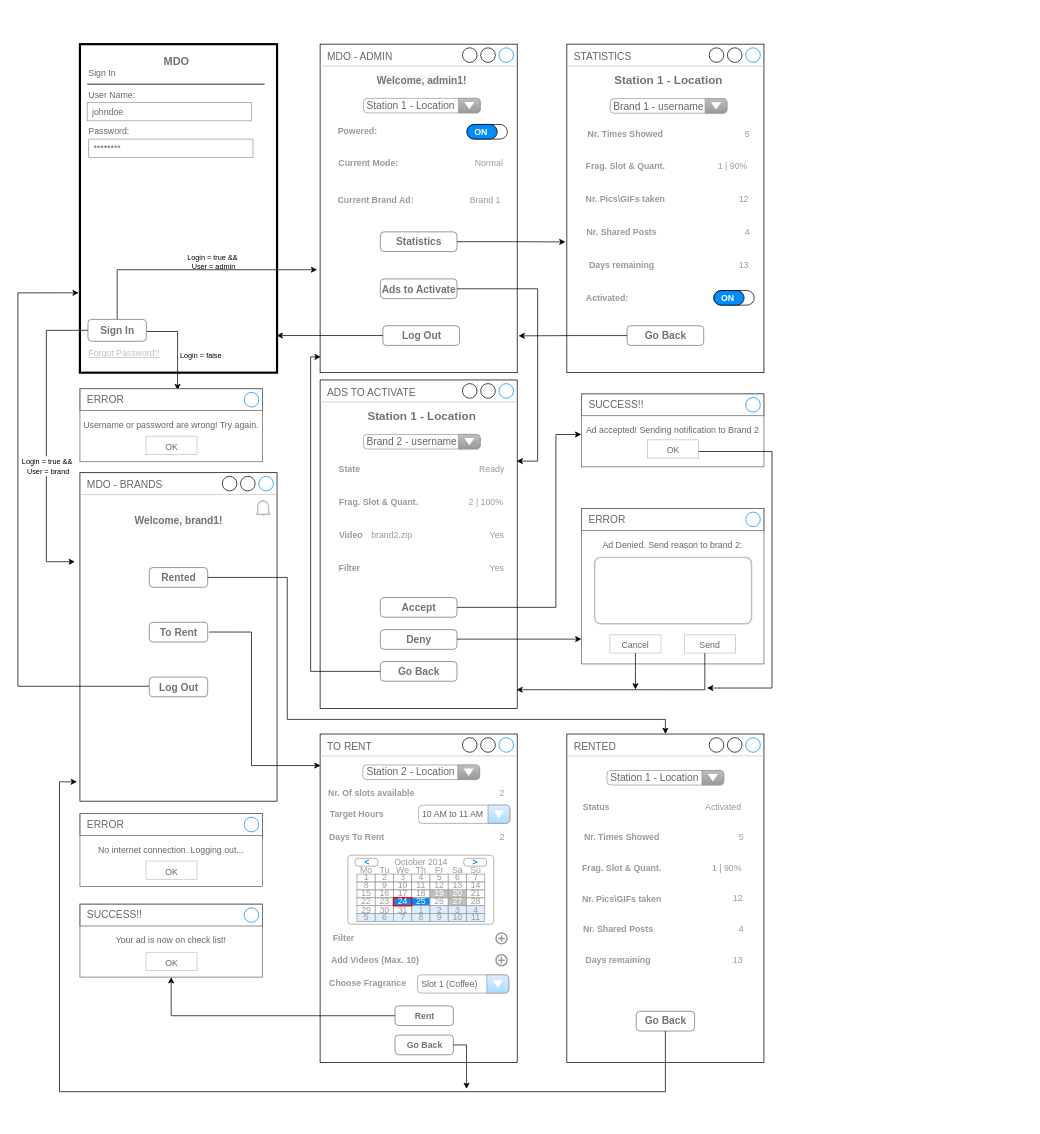
Above: page "UserMockups-rc" (2 of 5) of Proj/diags/MDO-Analysis.drawio in ElectroQuanta/MDO (draw.io), before the change. Source tidied: cells renumbered, new cells numbered last; positions are measured from the earlier drawing's top-left corner, leaving out a move shared by most shapes. Both pictures are drawn from the tidied source at 73%, with x=0, y=0 at pixel (18, 44).
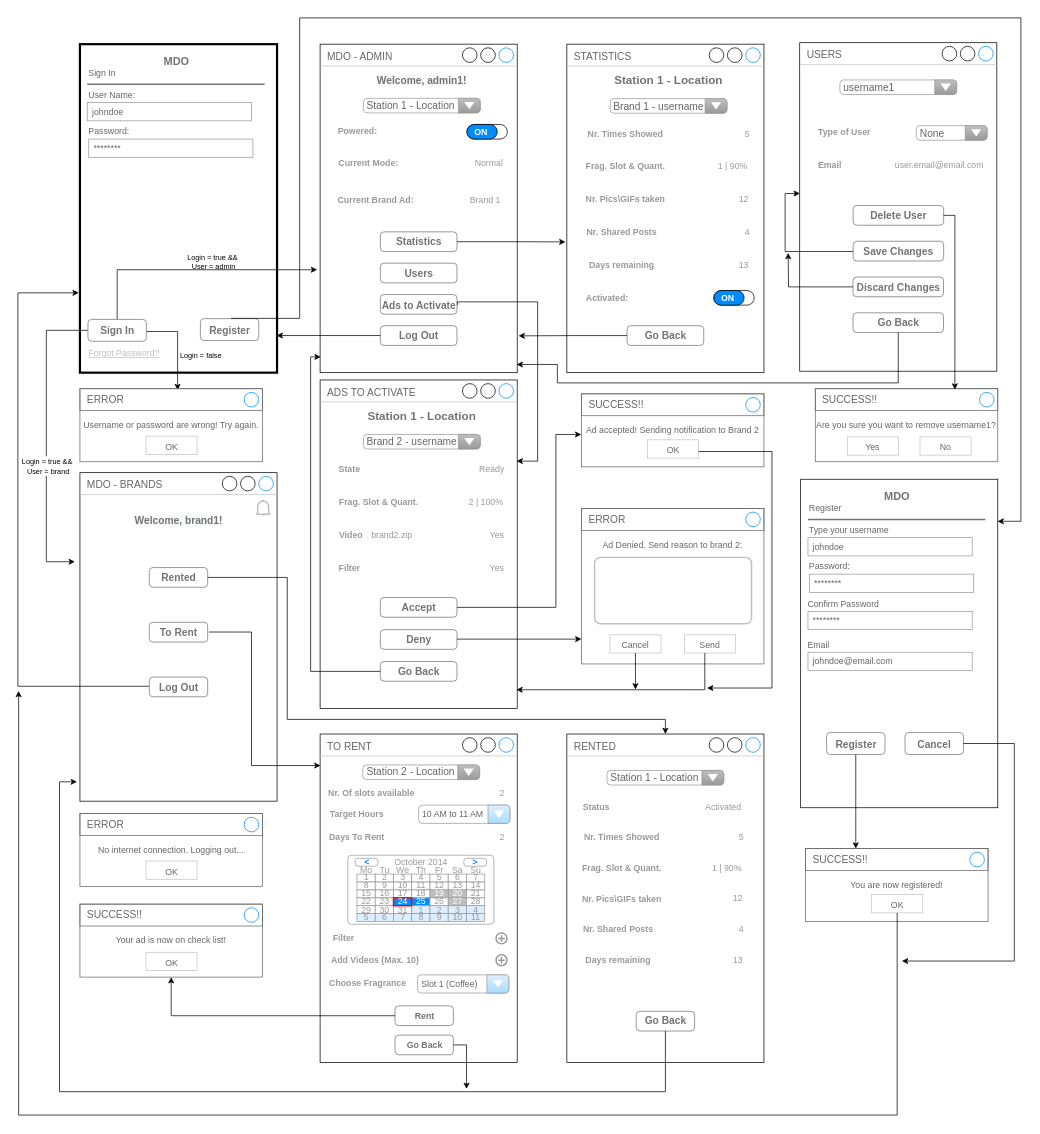
The same diagram, later.

The change refers to these unchanged cells:
```xml
<mxCell id="2" style="strokeWidth=3;shadow=0;dashed=0;align=center;html=1;shape=mxgraph.mockup.forms.rrect;rSize=0;strokeColor=#000000;fillColor=#ffffff;verticalAlign=top;fontColor=#737373;" parent="1" vertex="1">
  <mxGeometry x="85" width="270" height="450" as="geometry" />
</mxCell>
<mxCell id="18" style="group;" parent="1" vertex="1">
  <mxGeometry x="414" width="270" height="450" as="geometry" />
</mxCell>
<mxCell id="19" value="&lt;font style=&quot;font-size: 14px&quot;&gt;MDO - ADMIN&lt;/font&gt;" style="strokeWidth=1;shadow=0;dashed=0;align=center;html=1;shape=mxgraph.mockup.containers.window;align=left;verticalAlign=top;spacingLeft=8;strokeColor2=#008cff;strokeColor3=#c4c4c4;fontColor=#666666;mainText=;fontSize=17;labelBackgroundColor=none;fillColor=#FFFFFF;" parent="18" vertex="1">
  <mxGeometry width="270" height="450" as="geometry" />
</mxCell>
<mxCell id="53" value="&lt;font style=&quot;font-size: 14px&quot;&gt;ADS TO ACTIVATE&lt;/font&gt;" style="strokeWidth=1;shadow=0;dashed=0;align=center;html=1;shape=mxgraph.mockup.containers.window;align=left;verticalAlign=top;spacingLeft=8;strokeColor2=#008cff;strokeColor3=#c4c4c4;fontColor=#666666;mainText=;fontSize=17;labelBackgroundColor=none;fillColor=#FFFFFF;" parent="52" vertex="1">
  <mxGeometry width="270" height="450" as="geometry" />
</mxCell>
```

The edit, as a diff of the source:
```diff
@@
+    <mxCell id="199" value="&lt;font style=&quot;font-size: 14px&quot;&gt;Register&lt;/font&gt;" style="strokeWidth=1;shadow=0;dashed=0;align=center;html=1;shape=mxgraph.mockup.forms.rrect;rSize=5;strokeColor=#737373;fontColor=#737373;fillColor=#FFFFFF;fontSize=16;fontStyle=1;" parent="2" vertex="1">
+      <mxGeometry x="165" y="376" width="80" height="30" as="geometry" />
+    </mxCell>
@@
     <mxCell id="20" value="Log Out" style="strokeWidth=1;shadow=0;dashed=0;align=center;html=1;shape=mxgraph.mockup.forms.rrect;rSize=5;strokeColor=#737373;fontColor=#737373;fillColor=#FFFFFF;fontSize=14;fontStyle=1;flipH=0;" parent="18" vertex="1">
-      <mxGeometry x="86" y="385.7" width="105" height="27" as="geometry" />
+      <mxGeometry x="82.5" y="385.7" width="105" height="27" as="geometry" />
     </mxCell>
@@
     <mxCell id="26" value="&lt;font style=&quot;font-size: 14px&quot;&gt;Ads to Activate&lt;/font&gt;" style="strokeWidth=1;shadow=0;dashed=0;align=center;html=1;shape=mxgraph.mockup.forms.rrect;rSize=5;strokeColor=#737373;fontColor=#737373;fillColor=#FFFFFF;fontSize=16;fontStyle=1;flipH=0;" parent="18" vertex="1">
-      <mxGeometry x="82.5" y="321.6" width="105" height="27" as="geometry" />
+      <mxGeometry x="82.5" y="343" width="105" height="27" as="geometry" />
     </mxCell>
@@
+    <mxCell id="200" value="&lt;font style=&quot;font-size: 14px&quot;&gt;Users&lt;/font&gt;" style="strokeWidth=1;shadow=0;dashed=0;align=center;html=1;shape=mxgraph.mockup.forms.rrect;rSize=5;strokeColor=#737373;fontColor=#737373;fillColor=#FFFFFF;fontSize=16;fontStyle=1;flipH=0;" parent="18" vertex="1">
+      <mxGeometry x="82.5" y="300" width="105" height="27" as="geometry" />
+    </mxCell>
@@
-    <mxCell id="101" style="edgeStyle=orthogonalEdgeStyle;rounded=0;jettySize=auto;html=1;entryX=0.997;entryY=0.247;entryDx=0;entryDy=0;entryPerimeter=0;fontSize=10;" parent="1" edge="1" source="26" target="53">
+    <mxCell id="101" style="edgeStyle=orthogonalEdgeStyle;rounded=0;jettySize=auto;html=1;entryX=0.997;entryY=0.247;entryDx=0;entryDy=0;entryPerimeter=0;fontSize=10;exitX=1.006;exitY=0.525;exitDx=0;exitDy=0;exitPerimeter=0;" parent="1" edge="1" source="26" target="53">
       <mxGeometry relative="1" as="geometry">
         <Array as="points">
-          <mxPoint x="712" y="335" />
+          <mxPoint x="602" y="353" />
+          <mxPoint x="712" y="353" />
           <mxPoint x="712" y="571" />
         </Array>
       </mxGeometry>
     </mxCell>
@@
+    <mxCell id="201" style="group;" parent="1" vertex="1">
+      <mxGeometry x="1071" y="-2" width="292.7" height="450" as="geometry" />
+    </mxCell>
+    <mxCell id="202" value="&lt;font style=&quot;font-size: 14px&quot;&gt;USERS&lt;/font&gt;" style="strokeWidth=1;shadow=0;dashed=0;align=center;html=1;shape=mxgraph.mockup.containers.window;align=left;verticalAlign=top;spacingLeft=8;strokeColor2=#008cff;strokeColor3=#c4c4c4;fontColor=#666666;mainText=;fontSize=17;labelBackgroundColor=none;fillColor=#FFFFFF;" parent="201" vertex="1">
+      <mxGeometry width="270" height="450" as="geometry" />
+    </mxCell>
+    <mxCell id="203" value="&lt;font color=&quot;#999999&quot; style=&quot;font-size: 12px&quot;&gt;&lt;span style=&quot;font-size: 12px&quot;&gt;&lt;b style=&quot;font-size: 12px&quot;&gt;Type of User&lt;/b&gt;&lt;/span&gt;&lt;/font&gt;" style="text;html=1;align=center;verticalAlign=middle;strokeColor=none;fillColor=none;fontColor=#FFFFFF;fontSize=12;" parent="201" vertex="1">
+      <mxGeometry x="20" y="113.6" width="82" height="18" as="geometry" />
+    </mxCell>
+    <mxCell id="204" value="&lt;font color=&quot;#999999&quot; style=&quot;font-size: 12px&quot;&gt;&lt;span style=&quot;font-size: 12px&quot;&gt;&lt;b style=&quot;font-size: 12px&quot;&gt;Email&lt;/b&gt;&lt;/span&gt;&lt;/font&gt;" style="text;html=1;align=center;verticalAlign=middle;strokeColor=none;fillColor=none;fontColor=#FFFFFF;fontSize=12;" parent="201" vertex="1">
+      <mxGeometry x="20" y="158.6" width="42" height="18" as="geometry" />
+    </mxCell>
+    <mxCell id="205" value="&lt;font color=&quot;#999999&quot; style=&quot;font-size: 12px&quot;&gt;&lt;span style=&quot;font-size: 12px&quot;&gt;&lt;span style=&quot;font-size: 12px&quot;&gt;user.email@email.com&lt;/span&gt;&lt;/span&gt;&lt;/font&gt;" style="text;html=1;align=center;verticalAlign=middle;strokeColor=none;fillColor=none;fontColor=#FFFFFF;fontSize=12;fontStyle=0;" parent="201" vertex="1">
+      <mxGeometry x="124.7" y="158.6" width="132" height="18" as="geometry" />
+    </mxCell>
+    <mxCell id="206" value="&lt;span style=&quot;font-size: 14px&quot;&gt;username1&lt;/span&gt;" style="strokeWidth=1;shadow=0;dashed=0;align=center;html=1;shape=mxgraph.mockup.forms.comboBox;strokeColor=#999999;fillColor=#BFBFBF;align=left;fillColor2=#999999;mainText=;fontColor=#666666;fontSize=17;spacingLeft=3;flipH=0;" parent="201" vertex="1">
+      <mxGeometry x="55" y="51" width="160" height="20" as="geometry" />
+    </mxCell>
+    <mxCell id="207" value="Go Back" style="strokeWidth=1;shadow=0;dashed=0;align=center;html=1;shape=mxgraph.mockup.forms.rrect;rSize=5;strokeColor=#737373;fontColor=#737373;fillColor=#FFFFFF;fontSize=14;fontStyle=1;flipH=0;" parent="201" vertex="1">
+      <mxGeometry x="73" y="370" width="124" height="27" as="geometry" />
+    </mxCell>
+    <mxCell id="208" value="&lt;span style=&quot;font-size: 14px&quot;&gt;None&lt;/span&gt;" style="strokeWidth=1;shadow=0;dashed=0;align=center;html=1;shape=mxgraph.mockup.forms.comboBox;strokeColor=#999999;fillColor=#BFBFBF;align=left;fillColor2=#999999;mainText=;fontColor=#666666;fontSize=17;spacingLeft=3;flipH=0;" parent="201" vertex="1">
+      <mxGeometry x="159.7" y="113.6" width="97" height="20" as="geometry" />
+    </mxCell>
+    <mxCell id="209" style="edgeStyle=orthogonalEdgeStyle;rounded=0;jettySize=auto;html=1;entryX=0.001;entryY=0.459;entryDx=0;entryDy=0;entryPerimeter=0;exitX=0.011;exitY=0.711;exitDx=0;exitDy=0;exitPerimeter=0;" parent="201" edge="1" source="210" target="202">
+      <mxGeometry relative="1" as="geometry">
+        <Array as="points">
+          <mxPoint x="75" y="286" />
+          <mxPoint x="-20" y="286" />
+          <mxPoint x="-20" y="207" />
+        </Array>
+      </mxGeometry>
+    </mxCell>
+    <mxCell id="210" value="Save Changes" style="strokeWidth=1;shadow=0;dashed=0;align=center;html=1;shape=mxgraph.mockup.forms.rrect;rSize=5;strokeColor=#737373;fontColor=#737373;fillColor=#FFFFFF;fontSize=14;fontStyle=1;flipH=0;" parent="201" vertex="1">
+      <mxGeometry x="73.2" y="272" width="124" height="27" as="geometry" />
+    </mxCell>
+    <mxCell id="211" value="Discard Changes" style="strokeWidth=1;shadow=0;dashed=0;align=center;html=1;shape=mxgraph.mockup.forms.rrect;rSize=5;strokeColor=#737373;fontColor=#737373;fillColor=#FFFFFF;fontSize=14;fontStyle=1;flipH=0;" parent="201" vertex="1">
+      <mxGeometry x="73" y="321" width="124" height="27" as="geometry" />
+    </mxCell>
+    <mxCell id="212" value="Delete User" style="strokeWidth=1;shadow=0;dashed=0;align=center;html=1;shape=mxgraph.mockup.forms.rrect;rSize=5;strokeColor=#737373;fontColor=#737373;fillColor=#FFFFFF;fontSize=14;fontStyle=1;flipH=0;" parent="201" vertex="1">
+      <mxGeometry x="73.2" y="223" width="124" height="27" as="geometry" />
+    </mxCell>
+    <mxCell id="213" style="edgeStyle=orthogonalEdgeStyle;rounded=0;jettySize=auto;html=1;entryX=0.997;entryY=0.975;entryDx=0;entryDy=0;entryPerimeter=0;" parent="1" edge="1" source="207" target="19">
+      <mxGeometry relative="1" as="geometry">
+        <Array as="points">
+          <mxPoint x="1206" y="464" />
+          <mxPoint x="739" y="464" />
+          <mxPoint x="739" y="439" />
+        </Array>
+      </mxGeometry>
+    </mxCell>
+    <mxCell id="214" value="&lt;font style=&quot;font-size: 12px&quot;&gt;Are you sure you want to remove username1?&lt;/font&gt;" style="strokeWidth=1;shadow=0;dashed=0;align=center;html=1;shape=mxgraph.mockup.containers.rrect;rSize=0;strokeColor=#666666;fontColor=#666666;fontSize=17;verticalAlign=top;whiteSpace=wrap;fillColor=#ffffff;spacingTop=32;" parent="1" vertex="1">
+      <mxGeometry x="1092.3" y="472" width="250" height="100" as="geometry" />
+    </mxCell>
+    <mxCell id="215" value="&lt;font style=&quot;font-size: 14px&quot;&gt;SUCCESS!!&lt;/font&gt;" style="strokeWidth=1;shadow=0;dashed=0;align=center;html=1;shape=mxgraph.mockup.containers.rrect;rSize=0;fontSize=17;fontColor=#666666;strokeColor=#666666;align=left;spacingLeft=8;fillColor=none;" parent="214" vertex="1">
+      <mxGeometry width="250" height="30" relative="1" as="geometry" />
+    </mxCell>
+    <mxCell id="216" style="shape=ellipse;strokeColor=#008cff;fillColor=none;html=1;fontSize=17;verticalAlign=bottom;" parent="215" vertex="1">
+      <mxGeometry x="1" y="0.5" width="20" height="20" relative="1" as="geometry">
+        <mxPoint x="-25" y="-10" as="offset" />
+      </mxGeometry>
+    </mxCell>
+    <mxCell id="217" value="&lt;font style=&quot;font-size: 12px&quot;&gt;No&lt;/font&gt;" style="strokeWidth=1;shadow=0;dashed=0;align=center;html=1;shape=mxgraph.mockup.containers.rrect;rSize=0;fontSize=16;fontColor=#666666;strokeColor=#c4c4c4;whiteSpace=wrap;fillColor=none;" parent="214" vertex="1">
+      <mxGeometry x="0.75" y="1" width="70" height="25" relative="1" as="geometry">
+        <mxPoint x="-44" y="-34" as="offset" />
+      </mxGeometry>
+    </mxCell>
+    <mxCell id="218" value="&lt;font style=&quot;font-size: 12px&quot;&gt;Yes&lt;/font&gt;" style="strokeWidth=1;shadow=0;dashed=0;align=center;html=1;shape=mxgraph.mockup.containers.rrect;rSize=0;fontSize=16;fontColor=#666666;strokeColor=#c4c4c4;whiteSpace=wrap;fillColor=none;" parent="214" vertex="1">
+      <mxGeometry x="44" y="66" width="70" height="25" as="geometry" />
+    </mxCell>
+    <mxCell id="219" style="edgeStyle=orthogonalEdgeStyle;rounded=0;jettySize=auto;html=1;entryX=0.765;entryY=0.04;entryDx=0;entryDy=0;entryPerimeter=0;" parent="1" edge="1" source="212" target="215">
+      <mxGeometry relative="1" as="geometry">
+        <Array as="points">
+          <mxPoint x="1284" y="235" />
+        </Array>
+      </mxGeometry>
+    </mxCell>
+    <mxCell id="220" style="edgeStyle=orthogonalEdgeStyle;rounded=0;jettySize=auto;html=1;" parent="1" edge="1" source="211">
+      <mxGeometry relative="1" as="geometry">
+        <mxPoint x="1055.2" y="286" as="targetPoint" />
+      </mxGeometry>
+    </mxCell>
+    <mxCell id="221" style="strokeWidth=1;shadow=0;dashed=0;align=center;html=1;shape=mxgraph.mockup.forms.rrect;rSize=0;strokeColor=#000000;fillColor=#ffffff;verticalAlign=top;fontColor=#737373;" parent="1" vertex="1">
+      <mxGeometry x="1072.3" y="596" width="270" height="450" as="geometry" />
+    </mxCell>
+    <mxCell id="222" value="Register" style="strokeWidth=1;shadow=0;dashed=0;align=center;html=1;shape=mxgraph.mockup.forms.anchor;fontSize=12;fontColor=#666666;align=left;spacingLeft=0;" parent="221" vertex="1">
+      <mxGeometry width="135" height="20" relative="1" as="geometry">
+        <mxPoint x="10" y="30" as="offset" />
+      </mxGeometry>
+    </mxCell>
+    <mxCell id="223" style="shape=line;strokeColor=#737373;strokeWidth=2;html=1;" parent="221" vertex="1">
+      <mxGeometry width="243" height="10" relative="1" as="geometry">
+        <mxPoint x="10" y="50" as="offset" />
+      </mxGeometry>
+    </mxCell>
+    <mxCell id="224" value="Type your username" style="strokeWidth=1;shadow=0;dashed=0;align=center;html=1;shape=mxgraph.mockup.forms.anchor;fontSize=12;fontColor=#666666;align=left;spacingLeft=0;" parent="221" vertex="1">
+      <mxGeometry width="135" height="20" relative="1" as="geometry">
+        <mxPoint x="10" y="60" as="offset" />
+      </mxGeometry>
+    </mxCell>
+    <mxCell id="225" value="johndoe" style="strokeWidth=1;shadow=0;dashed=0;align=center;html=1;shape=mxgraph.mockup.forms.rrect;rSize=0;strokeColor=#999999;fontColor=#666666;align=left;spacingLeft=5;" parent="221" vertex="1">
+      <mxGeometry width="225" height="25" relative="1" as="geometry">
+        <mxPoint x="10" y="80" as="offset" />
+      </mxGeometry>
+    </mxCell>
+    <mxCell id="226" value="Password:" style="strokeWidth=1;shadow=0;dashed=0;align=center;html=1;shape=mxgraph.mockup.forms.anchor;fontSize=12;fontColor=#666666;align=left;spacingLeft=0;" parent="221" vertex="1">
+      <mxGeometry width="135" height="20" relative="1" as="geometry">
+        <mxPoint x="10" y="110" as="offset" />
+      </mxGeometry>
+    </mxCell>
+    <mxCell id="227" value="********" style="strokeWidth=1;shadow=0;dashed=0;align=center;html=1;shape=mxgraph.mockup.forms.rrect;rSize=0;strokeColor=#999999;fontColor=#666666;align=left;spacingLeft=5;" parent="221" vertex="1">
+      <mxGeometry width="225" height="25" relative="1" as="geometry">
+        <mxPoint x="12" y="130" as="offset" />
+      </mxGeometry>
+    </mxCell>
+    <mxCell id="228" value="&lt;font size=&quot;1&quot;&gt;&lt;b style=&quot;font-size: 15px&quot;&gt;MDO&lt;/b&gt;&lt;/font&gt;" style="text;html=1;align=center;verticalAlign=middle;strokeColor=none;fillColor=none;fontColor=#737373;" parent="221" vertex="1">
+      <mxGeometry x="106.9" y="13.2" width="50" height="20" as="geometry" />
+    </mxCell>
+    <mxCell id="229" value="&lt;font style=&quot;font-size: 14px&quot;&gt;Register&lt;/font&gt;" style="strokeWidth=1;shadow=0;dashed=0;align=center;html=1;shape=mxgraph.mockup.forms.rrect;rSize=5;strokeColor=#737373;fontColor=#737373;fillColor=#FFFFFF;fontSize=16;fontStyle=1;" parent="221" vertex="1">
+      <mxGeometry x="35.5" y="347" width="80" height="30" as="geometry" />
+    </mxCell>
+    <mxCell id="230" value="Confirm Password" style="strokeWidth=1;shadow=0;dashed=0;align=center;html=1;shape=mxgraph.mockup.forms.anchor;fontSize=12;fontColor=#666666;align=left;spacingLeft=0;" parent="221" vertex="1">
+      <mxGeometry x="8" y="161" width="135" height="20" as="geometry" />
+    </mxCell>
+    <mxCell id="231" value="********" style="strokeWidth=1;shadow=0;dashed=0;align=center;html=1;shape=mxgraph.mockup.forms.rrect;rSize=0;strokeColor=#999999;fontColor=#666666;align=left;spacingLeft=5;" parent="221" vertex="1">
+      <mxGeometry x="10" y="181" width="225" height="25" as="geometry" />
+    </mxCell>
+    <mxCell id="232" value="Email" style="strokeWidth=1;shadow=0;dashed=0;align=center;html=1;shape=mxgraph.mockup.forms.anchor;fontSize=12;fontColor=#666666;align=left;spacingLeft=0;" parent="221" vertex="1">
+      <mxGeometry x="8" y="217" width="135" height="20" as="geometry" />
+    </mxCell>
+    <mxCell id="233" value="johndoe@email.com" style="strokeWidth=1;shadow=0;dashed=0;align=center;html=1;shape=mxgraph.mockup.forms.rrect;rSize=0;strokeColor=#999999;fontColor=#666666;align=left;spacingLeft=5;" parent="221" vertex="1">
+      <mxGeometry x="10" y="237" width="225" height="25" as="geometry" />
+    </mxCell>
+    <mxCell id="234" value="&lt;font style=&quot;font-size: 14px&quot;&gt;Cancel&lt;/font&gt;" style="strokeWidth=1;shadow=0;dashed=0;align=center;html=1;shape=mxgraph.mockup.forms.rrect;rSize=5;strokeColor=#737373;fontColor=#737373;fillColor=#FFFFFF;fontSize=16;fontStyle=1;" parent="221" vertex="1">
+      <mxGeometry x="143" y="347" width="80" height="30" as="geometry" />
+    </mxCell>
+    <mxCell id="235" value="&lt;span style=&quot;font-size: 12px&quot;&gt;You are now registered!&lt;/span&gt;" style="strokeWidth=1;shadow=0;dashed=0;align=center;html=1;shape=mxgraph.mockup.containers.rrect;rSize=0;strokeColor=#666666;fontColor=#666666;fontSize=17;verticalAlign=top;whiteSpace=wrap;fillColor=#ffffff;spacingTop=32;" parent="1" vertex="1">
+      <mxGeometry x="1079" y="1102" width="250" height="100" as="geometry" />
+    </mxCell>
+    <mxCell id="236" value="&lt;font style=&quot;font-size: 14px&quot;&gt;SUCCESS!!&lt;/font&gt;" style="strokeWidth=1;shadow=0;dashed=0;align=center;html=1;shape=mxgraph.mockup.containers.rrect;rSize=0;fontSize=17;fontColor=#666666;strokeColor=#666666;align=left;spacingLeft=8;fillColor=none;" parent="235" vertex="1">
+      <mxGeometry width="250" height="30" relative="1" as="geometry" />
+    </mxCell>
+    <mxCell id="237" style="shape=ellipse;strokeColor=#008cff;fillColor=none;html=1;fontSize=17;verticalAlign=bottom;" parent="236" vertex="1">
+      <mxGeometry x="1" y="0.5" width="20" height="20" relative="1" as="geometry">
+        <mxPoint x="-25" y="-10" as="offset" />
+      </mxGeometry>
+    </mxCell>
+    <mxCell id="238" value="&lt;font style=&quot;font-size: 12px&quot;&gt;OK&lt;/font&gt;" style="strokeWidth=1;shadow=0;dashed=0;align=center;html=1;shape=mxgraph.mockup.containers.rrect;rSize=0;fontSize=16;fontColor=#666666;strokeColor=#c4c4c4;whiteSpace=wrap;fillColor=none;" parent="235" vertex="1">
+      <mxGeometry x="0.75" y="1" width="70" height="25" relative="1" as="geometry">
+        <mxPoint x="-97" y="-37" as="offset" />
+      </mxGeometry>
+    </mxCell>
+    <mxCell id="239" style="edgeStyle=orthogonalEdgeStyle;rounded=0;jettySize=auto;html=1;" parent="235" edge="1" source="238">
+      <mxGeometry relative="1" as="geometry">
+        <mxPoint x="-1078" y="-216" as="targetPoint" />
+        <Array as="points">
+          <mxPoint x="126" y="365" />
+          <mxPoint x="-1078" y="365" />
+        </Array>
+      </mxGeometry>
+    </mxCell>
+    <mxCell id="240" style="edgeStyle=orthogonalEdgeStyle;rounded=0;jettySize=auto;html=1;" parent="1" edge="1" source="229" target="236">
+      <mxGeometry relative="1" as="geometry">
+        <Array as="points">
+          <mxPoint x="1148" y="1065" />
+          <mxPoint x="1148" y="1065" />
+        </Array>
+      </mxGeometry>
+    </mxCell>
+    <mxCell id="241" style="edgeStyle=orthogonalEdgeStyle;rounded=0;jettySize=auto;html=1;" parent="1" edge="1" source="234">
+      <mxGeometry relative="1" as="geometry">
+        <mxPoint x="1211" y="1256" as="targetPoint" />
+        <Array as="points">
+          <mxPoint x="1365" y="958" />
+          <mxPoint x="1365" y="1256" />
+        </Array>
+      </mxGeometry>
+    </mxCell>
+    <mxCell id="242" style="edgeStyle=orthogonalEdgeStyle;rounded=0;jettySize=auto;html=1;exitX=0.525;exitY=-0.013;exitDx=0;exitDy=0;exitPerimeter=0;entryX=0.999;entryY=0.128;entryDx=0;entryDy=0;entryPerimeter=0;" parent="1" edge="1" source="199" target="221">
+      <mxGeometry relative="1" as="geometry">
+        <Array as="points">
+          <mxPoint x="386" y="376" />
+          <mxPoint x="386" y="-36" />
+          <mxPoint x="1374" y="-36" />
+          <mxPoint x="1374" y="654" />
+        </Array>
+      </mxGeometry>
+    </mxCell>
```
